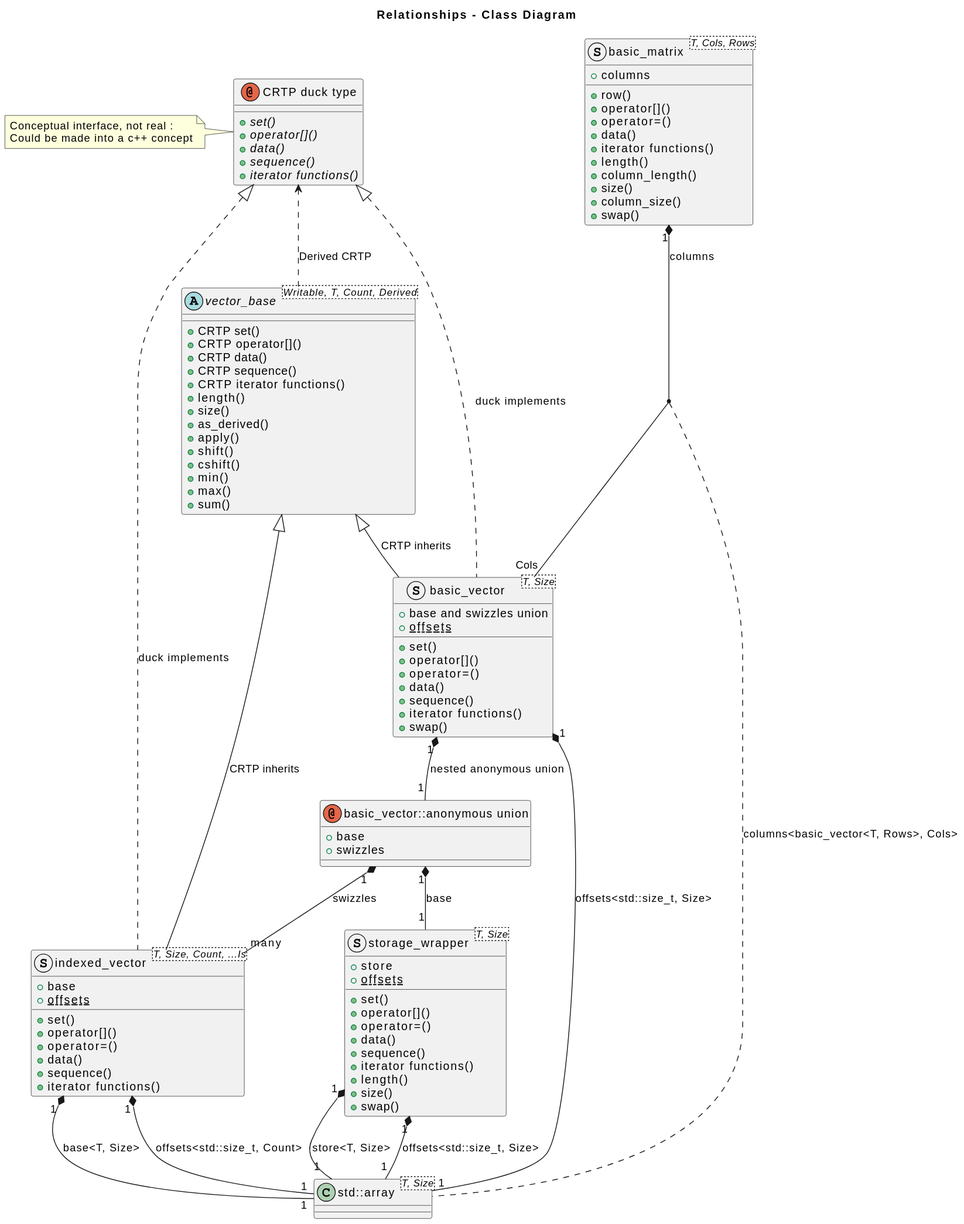
davidbrowne/dsga keeps this PlantUML diagram as docs/dsga.svg. Above is the earlier version.
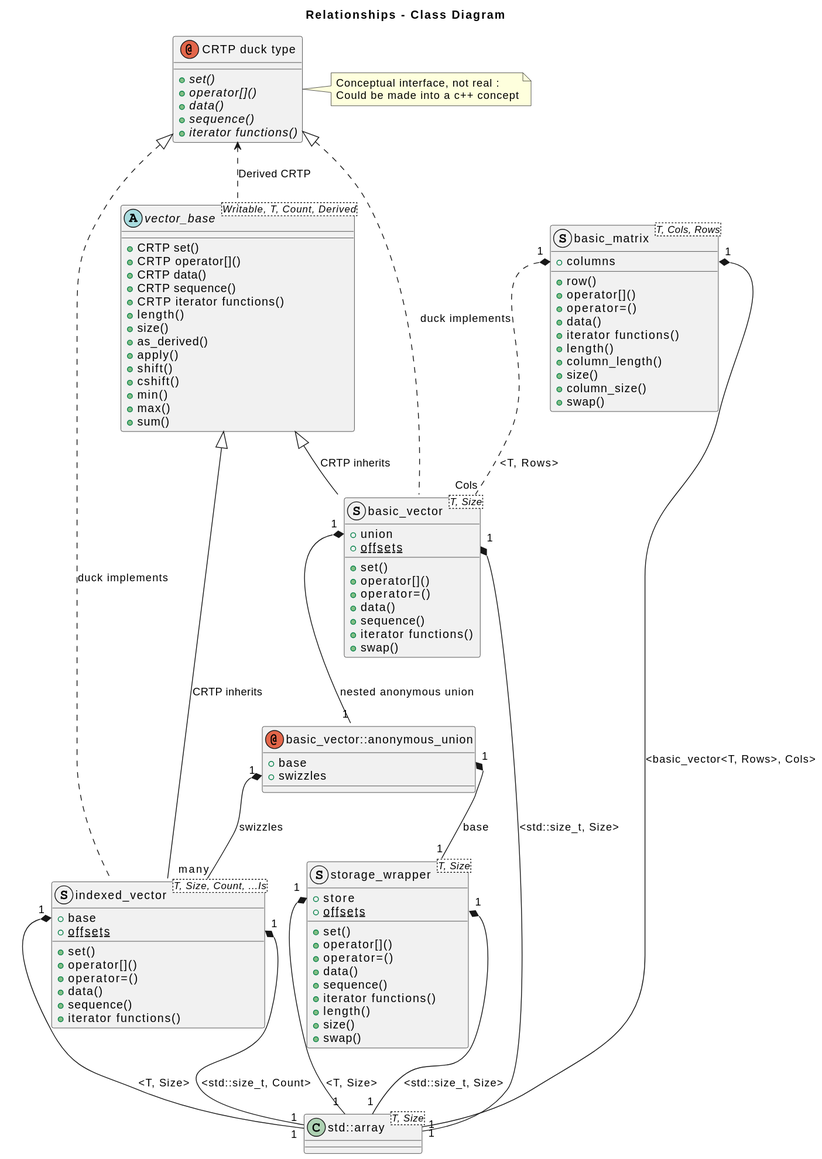
After the commit.

Commit message:
more UML refactoring

Change to the diagram source:
```diff
@@ -8,7 +8,7 @@
 		+ {abstract} sequence()
 		+ {abstract} iterator functions()
 	}
-	note left of "CRTP duck type"
+	note right of "CRTP duck type"
 		Conceptual interface, not real :
 		Could be made into a c++ concept
 	end note
@@ -31,7 +31,7 @@
 	}
 	struct basic_vector<T, Size>
 	{
-		+ base and swizzles union
+		+ union
 		+ {static} offsets
 		+ set()
 		+ operator[]()
@@ -41,7 +41,7 @@
 		+ iterator functions()
 		+ swap()
 	}
-	annotation "basic_vector::anonymous union"
+	annotation basic_vector::anonymous_union
 	{
 		+ base
 		+ swizzles
@@ -92,15 +92,15 @@
 	vector_base <|-down- indexed_vector : CRTP inherits
 	"CRTP duck type" ^.. basic_vector : duck implements
 	"CRTP duck type" ^.. indexed_vector : duck implements
-	"basic_vector::anonymous union" "1" *-- "1" storage_wrapper : base
-	"basic_vector::anonymous union" "1" *-- "many" indexed_vector : swizzles
-	basic_vector "1" *-- "1" "basic_vector::anonymous union" : nested anonymous union
+	basic_vector::anonymous_union::base "1" *-- "1" storage_wrapper : base
+	basic_vector::anonymous_union::swizzles "1" *-- "many" indexed_vector : swizzles
+	basic_vector::union "1" *-- "1" basic_vector::anonymous_union : nested anonymous union
 	"CRTP duck type" <.. vector_base : Derived CRTP
-	basic_matrix "1" *-- "Cols" basic_vector : columns
-	storage_wrapper "1" *-- "1" std::array : offsets<std::size_t, Size>
-	storage_wrapper "1" *-- "1" std::array : store<T, Size>
-	basic_vector "1" *-- "1" std::array : offsets<std::size_t, Size>
-	indexed_vector "1" *-- "1" std::array : offsets<std::size_t, Count>
-	indexed_vector "1" *-- "1" std::array : base<T, Size>
-	(basic_matrix, basic_vector) .. std::array : columns<basic_vector<T, Rows>, Cols>
+	storage_wrapper::offsets "1" *-- "1" std::array : <std::size_t, Size>
+	storage_wrapper::store "1" *-- "1" std::array : <T, Size>
+	basic_vector::offsets "1" *-- "1" std::array : <std::size_t, Size>
+	indexed_vector::offsets "1" *-- "1" std::array : <std::size_t, Count>
+	indexed_vector::base "1" *-- "1" std::array : <T, Size>
+	basic_matrix::columns "1" *.. "Cols" basic_vector : <T, Rows>
+	basic_matrix::columns "1" *-- "1" std::array : <basic_vector<T, Rows>, Cols>
 @enduml
```
